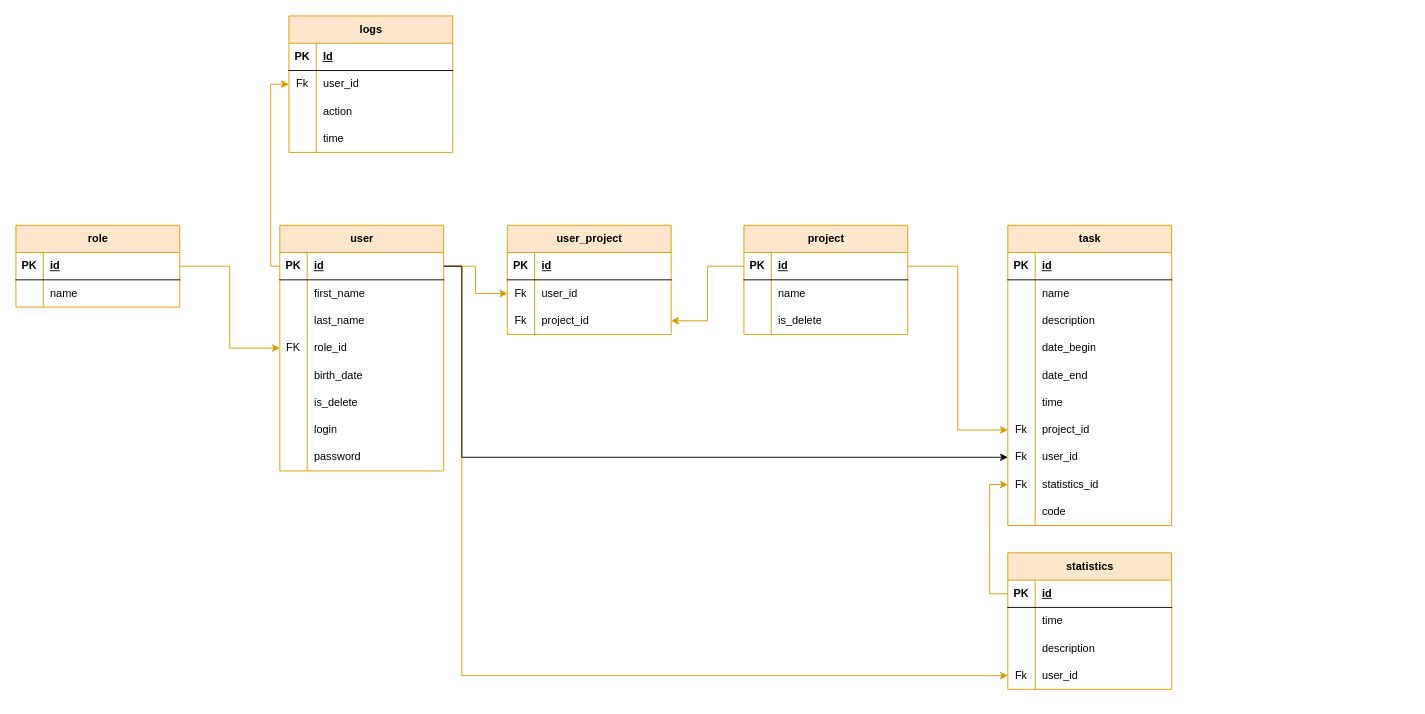
Before: diagrams/taskManager.drawio in AbominablePutridity/TaskManager-SpringBoot-, a draw.io diagram. Source tidied: cells renumbered, new cells numbered last; positions are measured from the earlier drawing's top-left corner, leaving out a move shared by most shapes. Both pictures are drawn from the tidied source at 91%, with x=0, y=0 at pixel (15, 15).
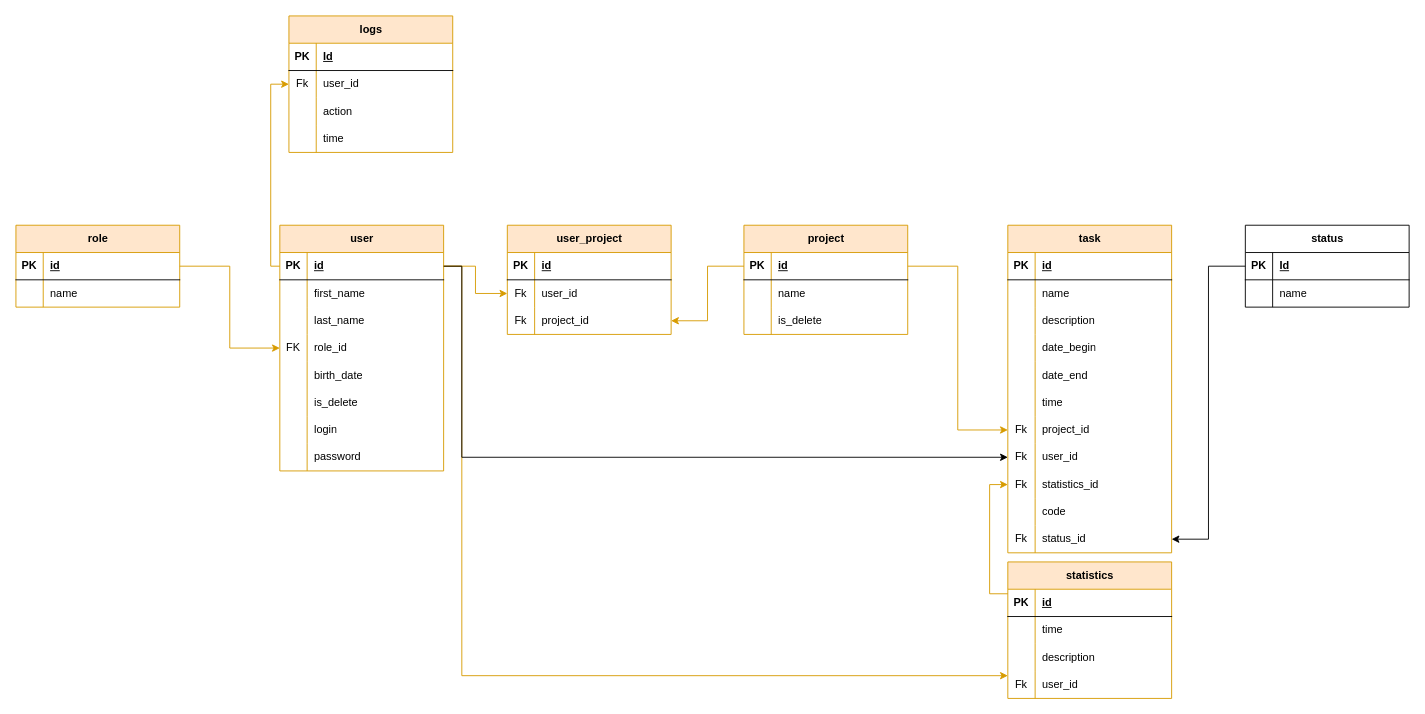
After the change.

Change to the diagram source:
```diff
@@
     <mxCell id="45" value="task" style="shape=table;startSize=30;childLayout=tableLayout;rowLines=0;fontStyle=1;align=center;html=1;fillColor=#ffe6cc;strokeColor=#d79b00;" parent="1" vertex="1">
-      <mxGeometry x="1090" y="230" width="180" height="330" as="geometry" />
+      <mxGeometry x="1090" y="230" width="180" height="360" as="geometry" />
     </mxCell>
@@
+    <mxCell id="119" style="shape=tableRow;horizontal=0;startSize=0;swimlaneHead=0;swimlaneBody=0;fillColor=none;points=[[0,0.5],[1,0.5]];portConstraint=eastwest;top=0;left=0;right=0;bottom=0;" parent="45" vertex="1">
+      <mxGeometry y="330" width="180" height="30" as="geometry" />
+    </mxCell>
+    <mxCell id="120" value="Fk" style="shape=partialRectangle;fillColor=none;top=0;left=0;bottom=0;right=0;overflow=hidden;whiteSpace=wrap;html=1;" parent="119" vertex="1">
+      <mxGeometry width="30" height="30" as="geometry" />
+    </mxCell>
+    <mxCell id="121" value="status_id" style="shape=partialRectangle;fillColor=none;top=0;left=0;bottom=0;right=0;align=left;spacingLeft=6;overflow=hidden;whiteSpace=wrap;html=1;" parent="119" vertex="1">
+      <mxGeometry x="30" width="150" height="30" as="geometry" />
+    </mxCell>
@@
     <mxCell id="89" value="statistics" style="shape=table;startSize=30;childLayout=tableLayout;rowLines=0;fontStyle=1;align=center;html=1;fillColor=#ffe6cc;strokeColor=#d79b00;" parent="1" vertex="1">
-      <mxGeometry x="1090" y="590" width="180" height="150" as="geometry" />
+      <mxGeometry x="1090" y="600" width="180" height="150" as="geometry" />
     </mxCell>
@@
+    <mxCell id="122" value="status" style="shape=table;startSize=30;childLayout=tableLayout;rowLines=0;fontStyle=1;align=center;html=1;" parent="1" vertex="1">
+      <mxGeometry x="1351" y="230" width="180" height="90" as="geometry" />
+    </mxCell>
+    <mxCell id="123" style="shape=tableRow;horizontal=0;startSize=0;swimlaneHead=0;swimlaneBody=0;fillColor=none;points=[[0,0.5],[1,0.5]];portConstraint=eastwest;top=0;left=0;right=0;bottom=1;" parent="122" vertex="1">
+      <mxGeometry y="30" width="180" height="30" as="geometry" />
+    </mxCell>
+    <mxCell id="124" value="PK" style="shape=partialRectangle;fillColor=none;top=0;left=0;bottom=0;right=0;fontStyle=1;overflow=hidden;whiteSpace=wrap;html=1;" parent="123" vertex="1">
+      <mxGeometry width="30" height="30" as="geometry" />
+    </mxCell>
+    <mxCell id="125" value="Id" style="shape=partialRectangle;fillColor=none;top=0;left=0;bottom=0;right=0;align=left;spacingLeft=6;fontStyle=5;overflow=hidden;whiteSpace=wrap;html=1;" parent="123" vertex="1">
+      <mxGeometry x="30" width="150" height="30" as="geometry" />
+    </mxCell>
+    <mxCell id="126" style="shape=tableRow;horizontal=0;startSize=0;swimlaneHead=0;swimlaneBody=0;fillColor=none;top=0;left=0;right=0;bottom=0;" parent="122" vertex="1">
+      <mxGeometry y="60" width="180" height="30" as="geometry" />
+    </mxCell>
+    <mxCell id="127" style="shape=partialRectangle;fillColor=none;top=0;left=0;bottom=0;right=0;overflow=hidden;whiteSpace=wrap;html=1;" parent="126" vertex="1">
+      <mxGeometry width="30" height="30" as="geometry" />
+    </mxCell>
+    <mxCell id="128" value="name" style="shape=partialRectangle;fillColor=none;top=0;left=0;bottom=0;right=0;align=left;spacingLeft=6;overflow=hidden;whiteSpace=wrap;html=1;" parent="126" vertex="1">
+      <mxGeometry x="30" width="150" height="30" as="geometry" />
+    </mxCell>
+    <mxCell id="129" style="edgeStyle=orthogonalEdgeStyle;rounded=0;jettySize=auto;html=1;" parent="1" edge="1" source="123" target="119">
+      <mxGeometry relative="1" as="geometry" />
+    </mxCell>
```
